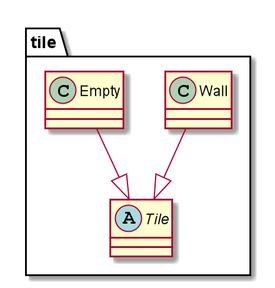
The PlantUML diagram doc/first_sprint/diagrams/class/tiles.png in Reynault/ACL_2019_Zelpop, before a commit.
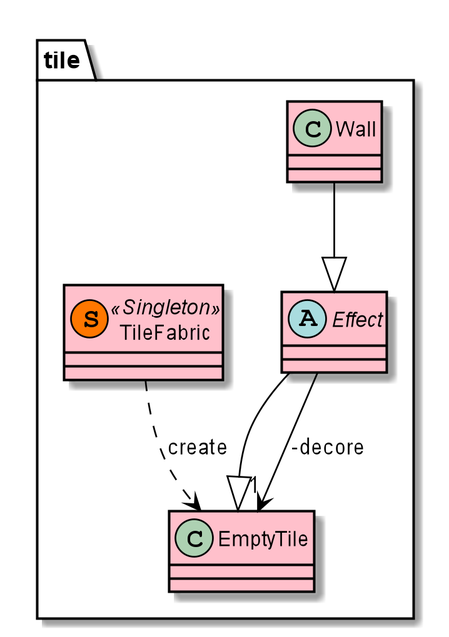
After the commit.

Commit message:
First sprint : Update diagrams

The edit, as a diff of the source:
```diff
@@ -1,8 +1,14 @@
 @startuml
+
+skinparam class {
+	BackgroundColor #FFC0CB
+	ArrowColor Black
+	BorderColor Black
+}
 
 package tile{
 
-    abstract Tile{
+    class EmptyTile{
 
     }
 
@@ -10,15 +16,20 @@
 
     }
 
+    abstract Effect{
 
-    class Empty{
+    }
+
+    class TileFabric << (S,#FF7700) Singleton >>{
 
     }
 
 }
 
-Wall --|> Tile
-Empty --|> Tile
+Wall --|> Effect
+Effect --|> EmptyTile
+Effect --> "1" EmptyTile : -decore
 
+TileFabric ..> EmptyTile : create
 
 @enduml
```
